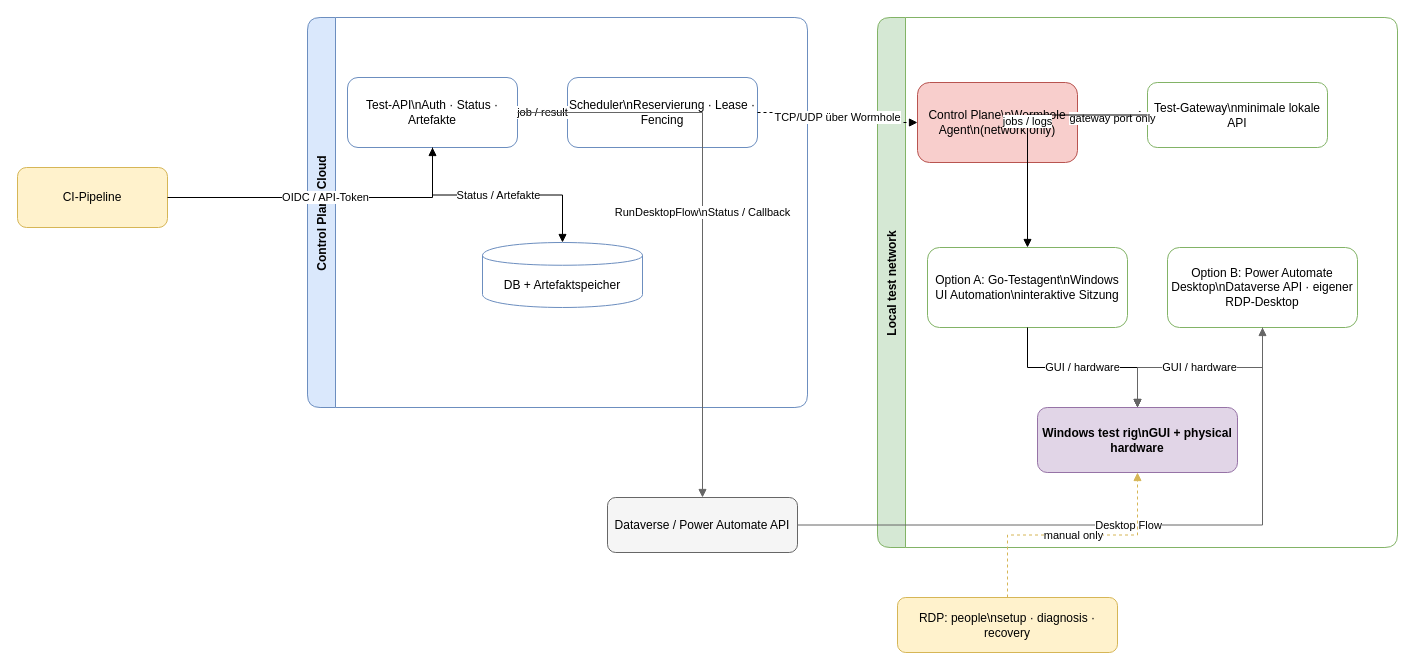
Before: docs/architecture.drawio in joreichhardt/rtst-hw, a draw.io diagram. Source tidied: cells renumbered, new cells numbered last; positions are measured from the earlier drawing's top-left corner, leaving out a move shared by most shapes. Both pictures are drawn from the tidied source at 100%, with x=0, y=0 at pixel (17, 17).
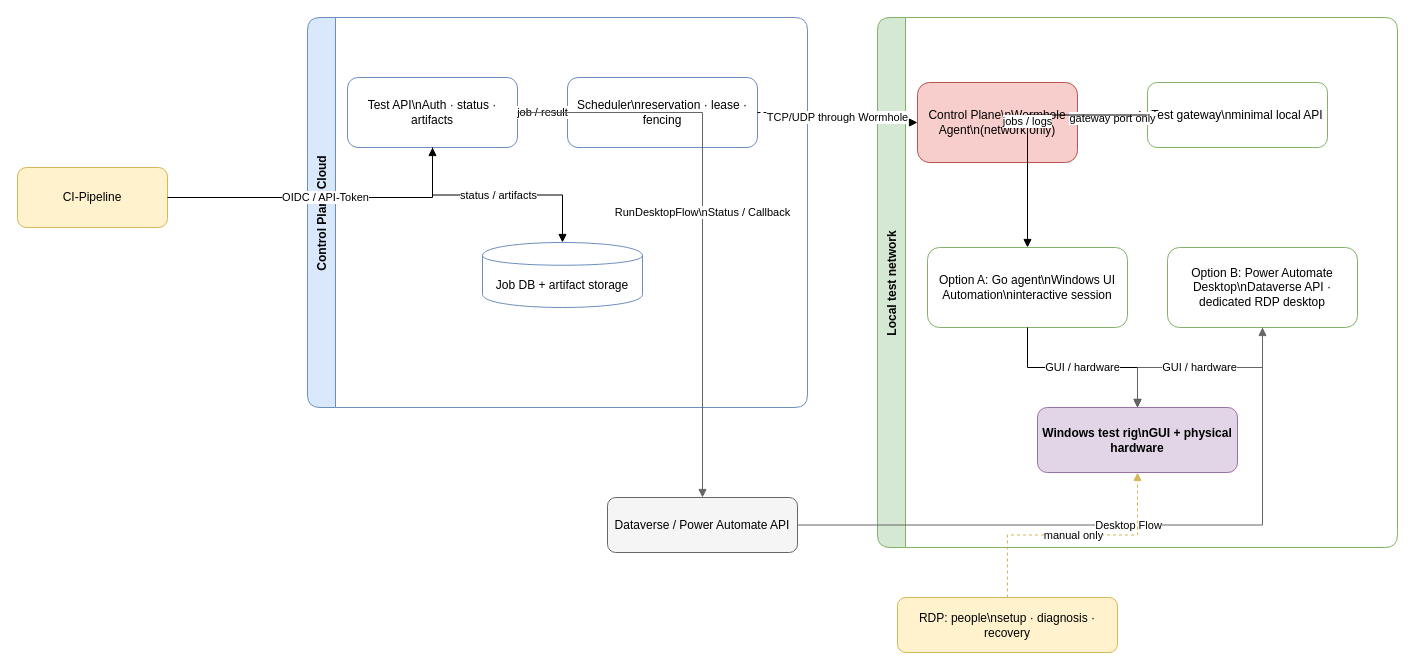
After the change.

Unchanged cells that the change refers to:
```xml
<mxCell id="8" value="Control Plane\nWormhole Agent\n(network only)" style="rounded=1;whiteSpace=wrap;html=1;fillColor=#f8cecc;strokeColor=#b85450;" parent="1" vertex="1">
  <mxGeometry x="900" y="65" width="160" height="80" as="geometry" />
</mxCell>
```

Change to the diagram source:
```diff
@@
-    <mxCell id="4" value="Test-API\nAuth · Status · Artefakte" style="rounded=1;whiteSpace=wrap;html=1;fillColor=#ffffff;strokeColor=#6c8ebf;" parent="1" vertex="1">
+    <mxCell id="4" value="Test API\nAuth · status · artifacts" style="rounded=1;whiteSpace=wrap;html=1;fillColor=#ffffff;strokeColor=#6c8ebf;" parent="1" vertex="1">
       <mxGeometry x="330" y="60" width="170" height="70" as="geometry" />
     </mxCell>
-    <mxCell id="5" value="Scheduler\nReservierung · Lease · Fencing" style="rounded=1;whiteSpace=wrap;html=1;fillColor=#ffffff;strokeColor=#6c8ebf;" parent="1" vertex="1">
+    <mxCell id="5" value="Scheduler\nreservation · lease · fencing" style="rounded=1;whiteSpace=wrap;html=1;fillColor=#ffffff;strokeColor=#6c8ebf;" parent="1" vertex="1">
       <mxGeometry x="550" y="60" width="190" height="70" as="geometry" />
     </mxCell>
-    <mxCell id="6" value="DB + Artefaktspeicher" style="shape=cylinder;whiteSpace=wrap;html=1;boundedLbl=1;backgroundOutline=1;fillColor=#ffffff;strokeColor=#6c8ebf;" parent="1" vertex="1">
+    <mxCell id="6" value="Job DB + artifact storage" style="shape=cylinder;whiteSpace=wrap;html=1;boundedLbl=1;backgroundOutline=1;fillColor=#ffffff;strokeColor=#6c8ebf;" parent="1" vertex="1">
       <mxGeometry x="465" y="225" width="160" height="65" as="geometry" />
     </mxCell>
@@
-    <mxCell id="9" value="Test-Gateway\nminimale lokale API" style="rounded=1;whiteSpace=wrap;html=1;fillColor=#ffffff;strokeColor=#82b366;" parent="1" vertex="1">
+    <mxCell id="9" value="Test gateway\nminimal local API" style="rounded=1;whiteSpace=wrap;html=1;fillColor=#ffffff;strokeColor=#82b366;" parent="1" vertex="1">
       <mxGeometry x="1130" y="65" width="180" height="65" as="geometry" />
     </mxCell>
-    <mxCell id="10" value="Option A: Go-Testagent\nWindows UI Automation\ninteraktive Sitzung" style="rounded=1;whiteSpace=wrap;html=1;fillColor=#ffffff;strokeColor=#82b366;" parent="1" vertex="1">
+    <mxCell id="10" value="Option A: Go agent\nWindows UI Automation\ninteractive session" style="rounded=1;whiteSpace=wrap;html=1;fillColor=#ffffff;strokeColor=#82b366;" parent="1" vertex="1">
       <mxGeometry x="910" y="230" width="200" height="80" as="geometry" />
     </mxCell>
-    <mxCell id="11" value="Option B: Power Automate Desktop\nDataverse API · eigener RDP-Desktop" style="rounded=1;whiteSpace=wrap;html=1;fillColor=#ffffff;strokeColor=#82b366;" parent="1" vertex="1">
+    <mxCell id="11" value="Option B: Power Automate Desktop\nDataverse API · dedicated RDP desktop" style="rounded=1;whiteSpace=wrap;html=1;fillColor=#ffffff;strokeColor=#82b366;" parent="1" vertex="1">
       <mxGeometry x="1150" y="230" width="190" height="80" as="geometry" />
     </mxCell>
@@
-    <mxCell id="17" value="Status / Artefakte" style="edgeStyle=orthogonalEdgeStyle;rounded=0;jettySize=auto;html=1;endArrow=block;" parent="1" edge="1" source="4" target="6">
+    <mxCell id="17" value="status / artifacts" style="edgeStyle=orthogonalEdgeStyle;rounded=0;jettySize=auto;html=1;endArrow=block;" parent="1" edge="1" source="4" target="6">
       <mxGeometry relative="1" as="geometry" />
     </mxCell>
-    <mxCell id="18" value="TCP/UDP über Wormhole" style="edgeStyle=orthogonalEdgeStyle;rounded=0;jettySize=auto;html=1;dashed=1;endArrow=block;" parent="1" edge="1" source="5" target="8">
+    <mxCell id="18" value="TCP/UDP through Wormhole" style="edgeStyle=orthogonalEdgeStyle;rounded=0;jettySize=auto;html=1;dashed=1;endArrow=block;" parent="1" edge="1" source="5" target="8">
       <mxGeometry relative="1" as="geometry" />
     </mxCell>
```
